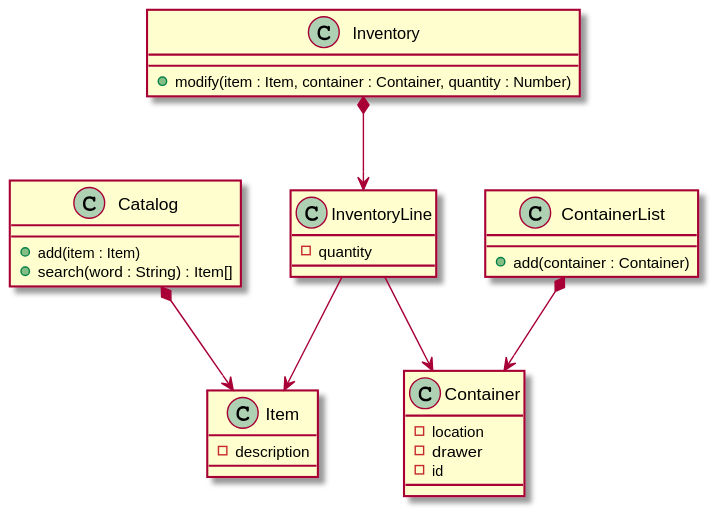
The PlantUML diagram out/docs/classes/classes.svg in IEPSCF-Uccle-PROJWEB2-S1-2021/fablab-components, before a commit.
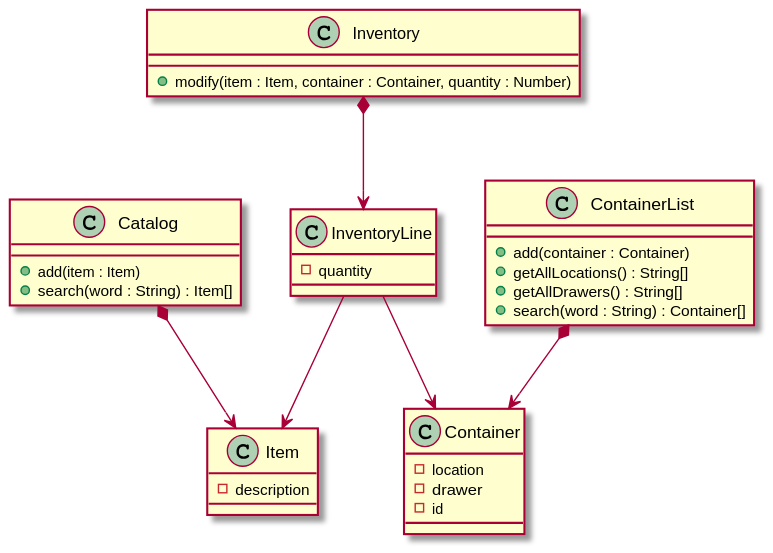
The same diagram one commit later.

The edit, as a diff of the source:
```diff
@@ -8,6 +8,9 @@
 }
 class ContainerList {
   + add(container : Container)
+  + getAllLocations() : String[]
+  + getAllDrawers() : String[]
+  + search(word : String) : Container[]
 }
 class Container {
   -location
```
